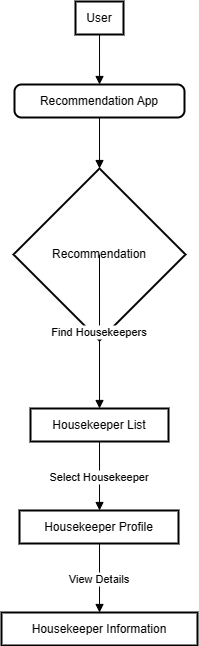
Above: drawio.png in PrimotionStudio/zero_day (draw.io), before the change. Source tidied: cells renumbered, new cells last; positions are measured from the earlier drawing's top-left corner, leaving out a move shared by most shapes. The source it was exported from:
```xml
<mxGraphModel>
  <root>
    <mxCell id="0" />
    <mxCell id="1" parent="0" />
    <mxCell id="2" value="User" style="whiteSpace=wrap;strokeWidth=2;" parent="1" vertex="1">
      <mxGeometry x="74" width="48" height="33" as="geometry" />
    </mxCell>
    <mxCell id="3" value="Recommendation App" style="rounded=1;absoluteArcSize=1;arcSize=14;whiteSpace=wrap;strokeWidth=2;" parent="1" vertex="1">
      <mxGeometry x="13" y="83" width="170" height="33" as="geometry" />
    </mxCell>
    <mxCell id="4" value="Recommendation" style="rhombus;strokeWidth=2;whiteSpace=wrap;" parent="1" vertex="1">
      <mxGeometry x="12" y="167" width="172" height="172" as="geometry" />
    </mxCell>
    <mxCell id="5" value="Housekeeper List" style="whiteSpace=wrap;strokeWidth=2;" parent="1" vertex="1">
      <mxGeometry x="29" y="407" width="138" height="33" as="geometry" />
    </mxCell>
    <mxCell id="6" value="Housekeeper Profile" style="whiteSpace=wrap;strokeWidth=2;" parent="1" vertex="1">
      <mxGeometry x="18" y="509" width="159" height="33" as="geometry" />
    </mxCell>
    <mxCell id="7" value="Housekeeper Information" style="whiteSpace=wrap;strokeWidth=2;" parent="1" vertex="1">
      <mxGeometry y="611" width="196" height="33" as="geometry" />
    </mxCell>
    <mxCell id="8" style="curved=1;startArrow=none;endArrow=block;exitX=0.5005208651224772;exitY=1.0121212583599668;entryX=0.5001470677992876;entryY=0.012121258359966856;" parent="1" edge="1" source="2" target="3">
      <mxGeometry relative="1" as="geometry" />
    </mxCell>
    <mxCell id="9" style="curved=1;startArrow=none;endArrow=block;exitX=0.5001470677992876;exitY=1.0242425167199336;entryX=0.5001453577085982;entryY=-0.001162772954896439;" parent="1" edge="1" source="3" target="4">
      <mxGeometry relative="1" as="geometry" />
    </mxCell>
    <mxCell id="10" value="Find Housekeepers" style="curved=1;startArrow=none;endArrow=block;exitX=0.5001453577085982;exitY=0.9981831395348837;entryX=0.5001811704773834;entryY=0.002651503591826468;" parent="1" edge="1" source="4" target="5">
      <mxGeometry relative="1" as="geometry" />
    </mxCell>
    <mxCell id="11" value="Select Housekeeper" style="curved=1;startArrow=none;endArrow=block;exitX=0.5001811704773834;exitY=1.0147727619517932;entryX=0.5033018963891756;entryY=-0.0034090677897135415;" parent="1" edge="1" source="5" target="6">
      <mxGeometry relative="1" as="geometry" />
    </mxCell>
    <mxCell id="12" value="View Details" style="curved=1;startArrow=none;endArrow=block;exitX=0.5033018963891756;exitY=1.0087121905702534;entryX=0.5001275588055046;entryY=-0.009469639171253551;" parent="1" edge="1" source="6" target="7">
      <mxGeometry relative="1" as="geometry" />
    </mxCell>
  </root>
</mxGraphModel>
```
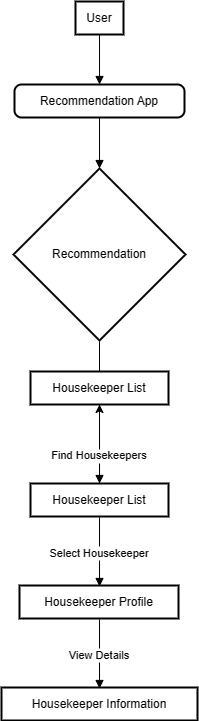
The same diagram one commit later.

The edit, as a diff of the source:
```diff
@@ -11,14 +11,17 @@
     <mxCell id="4" value="Recommendation" style="rhombus;strokeWidth=2;whiteSpace=wrap;" parent="1" vertex="1">
       <mxGeometry x="12" y="167" width="172" height="172" as="geometry" />
     </mxCell>
+    <mxCell id="13" style="edgeStyle=orthogonalEdgeStyle;rounded=0;jettySize=auto;html=1;" parent="1" edge="1" source="5" target="14">
+      <mxGeometry relative="1" as="geometry" />
+    </mxCell>
     <mxCell id="5" value="Housekeeper List" style="whiteSpace=wrap;strokeWidth=2;" parent="1" vertex="1">
-      <mxGeometry x="29" y="407" width="138" height="33" as="geometry" />
+      <mxGeometry x="29" y="482" width="138" height="33" as="geometry" />
     </mxCell>
     <mxCell id="6" value="Housekeeper Profile" style="whiteSpace=wrap;strokeWidth=2;" parent="1" vertex="1">
-      <mxGeometry x="18" y="509" width="159" height="33" as="geometry" />
+      <mxGeometry x="18" y="584" width="159" height="33" as="geometry" />
     </mxCell>
     <mxCell id="7" value="Housekeeper Information" style="whiteSpace=wrap;strokeWidth=2;" parent="1" vertex="1">
-      <mxGeometry y="611" width="196" height="33" as="geometry" />
+      <mxGeometry y="686" width="196" height="33" as="geometry" />
     </mxCell>
     <mxCell id="8" style="curved=1;startArrow=none;endArrow=block;exitX=0.5005208651224772;exitY=1.0121212583599668;entryX=0.5001470677992876;entryY=0.012121258359966856;" parent="1" edge="1" source="2" target="3">
       <mxGeometry relative="1" as="geometry" />
@@ -26,14 +29,25 @@
     <mxCell id="9" style="curved=1;startArrow=none;endArrow=block;exitX=0.5001470677992876;exitY=1.0242425167199336;entryX=0.5001453577085982;entryY=-0.001162772954896439;" parent="1" edge="1" source="3" target="4">
       <mxGeometry relative="1" as="geometry" />
     </mxCell>
-    <mxCell id="10" value="Find Housekeepers" style="curved=1;startArrow=none;endArrow=block;exitX=0.5001453577085982;exitY=0.9981831395348837;entryX=0.5001811704773834;entryY=0.002651503591826468;" parent="1" edge="1" source="4" target="5">
-      <mxGeometry relative="1" as="geometry" />
+    <mxCell id="10" value="Find Housekeepers" style="curved=1;startArrow=none;endArrow=block;entryX=0.5001811704773834;entryY=0.002651503591826468;" parent="1" edge="1" target="5">
+      <mxGeometry x="0.6" relative="1" as="geometry">
+        <mxPoint x="98" y="340" as="sourcePoint" />
+      </mxGeometry>
     </mxCell>
-    <mxCell id="11" value="Select Housekeeper" style="curved=1;startArrow=none;endArrow=block;exitX=0.5001811704773834;exitY=1.0147727619517932;entryX=0.5033018963891756;entryY=-0.0034090677897135415;" parent="1" edge="1" source="5" target="6">
-      <mxGeometry relative="1" as="geometry" />
+    <mxCell id="11" value="Select Housekeeper" style="curved=1;startArrow=none;endArrow=block;exitX=0.5001811704773834;exitY=1.0147727619517932;entryX=0.5033018963891756;entryY=-0.0034090677897135415;" parent="1" edge="1">
+      <mxGeometry relative="1" as="geometry">
+        <mxPoint x="98" y="516" as="sourcePoint" />
+        <mxPoint x="98" y="585" as="targetPoint" />
+      </mxGeometry>
     </mxCell>
-    <mxCell id="12" value="View Details" style="curved=1;startArrow=none;endArrow=block;exitX=0.5033018963891756;exitY=1.0087121905702534;entryX=0.5001275588055046;entryY=-0.009469639171253551;" parent="1" edge="1" source="6" target="7">
-      <mxGeometry relative="1" as="geometry" />
+    <mxCell id="12" value="View Details" style="curved=1;startArrow=none;endArrow=block;exitX=0.5033018963891756;exitY=1.0087121905702534;entryX=0.5001275588055046;entryY=-0.009469639171253551;" parent="1" edge="1">
+      <mxGeometry relative="1" as="geometry">
+        <mxPoint x="98" y="618" as="sourcePoint" />
+        <mxPoint x="98" y="687" as="targetPoint" />
+      </mxGeometry>
     </mxCell>
+    <mxCell id="14" value="Housekeeper List" style="whiteSpace=wrap;strokeWidth=2;" parent="1" vertex="1">
+      <mxGeometry x="29" y="370" width="138" height="33" as="geometry" />
+    </mxCell>
   </root>
 </mxGraphModel>
```
